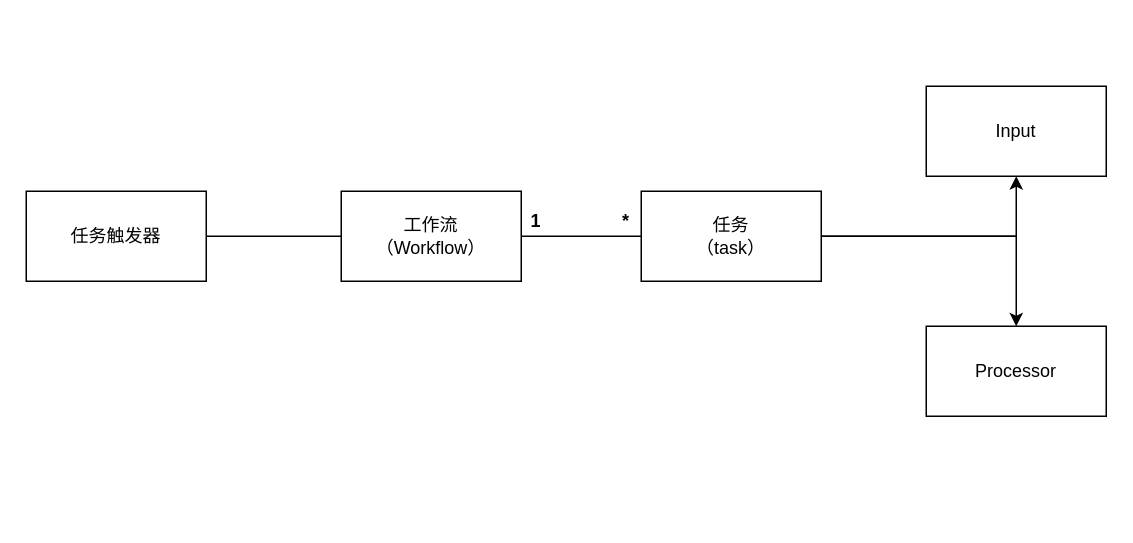
Earlier version of the draw.io diagram 未命名绘图.drawio (DotDotGeng/drawio_pic). Source tidied: cells renumbered, new cells numbered last; positions are measured from the earlier drawing's top-left corner, leaving out a move shared by most shapes. Both pictures are drawn from the tidied source at 150%, with x=0, y=0 at pixel (26, 86).
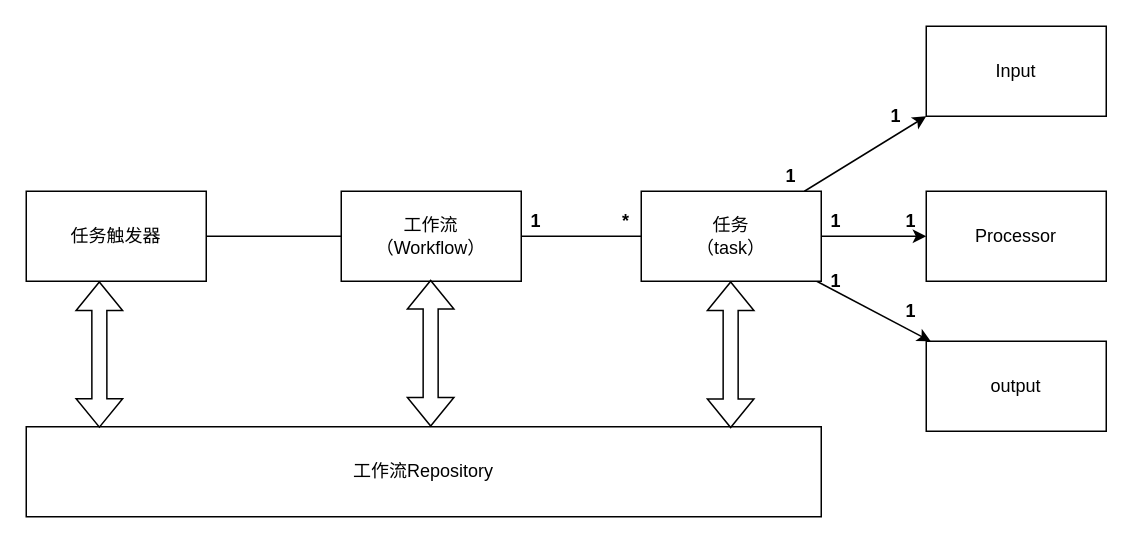
Above is the later version.

Commit message (it also covers changes not shown here):
更新未命名绘图.drawio

Unchanged cells that the change refers to:
```xml
<mxCell id="3" value="任务触发器" style="rounded=0;whiteSpace=wrap;html=1;" parent="1" vertex="1">
  <mxGeometry y="70" width="120" height="60" as="geometry" />
</mxCell>
<mxCell id="8" value="任务&lt;br&gt;（task）" style="whiteSpace=wrap;html=1;rounded=0;" parent="1" vertex="1">
  <mxGeometry x="410" y="70" width="120" height="60" as="geometry" />
</mxCell>
```

What changed in the source:
```diff
@@
-    <mxCell id="6" style="edgeStyle=orthogonalEdgeStyle;rounded=0;jettySize=auto;html=1;" parent="1" edge="1" source="8" target="11">
+    <mxCell id="6" style="rounded=0;jettySize=auto;html=1;entryX=0;entryY=1;entryDx=0;entryDy=0;" parent="1" edge="1" source="8" target="11">
       <mxGeometry relative="1" as="geometry" />
     </mxCell>
-    <mxCell id="7" style="edgeStyle=orthogonalEdgeStyle;rounded=0;jettySize=auto;html=1;" parent="1" edge="1" source="8" target="12">
+    <mxCell id="7" style="rounded=0;jettySize=auto;html=1;" parent="1" edge="1" source="8" target="12">
       <mxGeometry relative="1" as="geometry" />
     </mxCell>
+    <mxCell id="13" style="rounded=0;jettySize=auto;html=1;" parent="1" edge="1" source="8" target="14">
+      <mxGeometry relative="1" as="geometry" />
+    </mxCell>
@@
     <mxCell id="11" value="Input" style="whiteSpace=wrap;html=1;rounded=0;" parent="1" vertex="1">
-      <mxGeometry x="600" width="120" height="60" as="geometry" />
+      <mxGeometry x="600" y="-40" width="120" height="60" as="geometry" />
     </mxCell>
     <mxCell id="12" value="Processor" style="whiteSpace=wrap;html=1;rounded=0;" parent="1" vertex="1">
-      <mxGeometry x="600" y="160" width="120" height="60" as="geometry" />
+      <mxGeometry x="600" y="70" width="120" height="60" as="geometry" />
     </mxCell>
+    <mxCell id="14" value="output" style="whiteSpace=wrap;html=1;rounded=0;" parent="1" vertex="1">
+      <mxGeometry x="600" y="170" width="120" height="60" as="geometry" />
+    </mxCell>
+    <mxCell id="15" value="&lt;b&gt;1&lt;/b&gt;" style="text;html=1;strokeColor=none;fillColor=none;align=center;verticalAlign=middle;whiteSpace=wrap;rounded=0;" parent="1" vertex="1">
+      <mxGeometry x="500" y="50" width="20" height="20" as="geometry" />
+    </mxCell>
+    <mxCell id="16" value="&lt;b&gt;1&lt;/b&gt;" style="text;html=1;strokeColor=none;fillColor=none;align=center;verticalAlign=middle;whiteSpace=wrap;rounded=0;" parent="1" vertex="1">
+      <mxGeometry x="570" y="10" width="20" height="20" as="geometry" />
+    </mxCell>
+    <mxCell id="17" value="&lt;b&gt;1&lt;/b&gt;" style="text;html=1;strokeColor=none;fillColor=none;align=center;verticalAlign=middle;whiteSpace=wrap;rounded=0;" parent="1" vertex="1">
+      <mxGeometry x="530" y="80" width="20" height="20" as="geometry" />
+    </mxCell>
+    <mxCell id="18" value="&lt;b&gt;1&lt;/b&gt;" style="text;html=1;strokeColor=none;fillColor=none;align=center;verticalAlign=middle;whiteSpace=wrap;rounded=0;" parent="1" vertex="1">
+      <mxGeometry x="580" y="80" width="20" height="20" as="geometry" />
+    </mxCell>
+    <mxCell id="19" value="&lt;b&gt;1&lt;/b&gt;" style="text;html=1;strokeColor=none;fillColor=none;align=center;verticalAlign=middle;whiteSpace=wrap;rounded=0;" parent="1" vertex="1">
+      <mxGeometry x="530" y="120" width="20" height="20" as="geometry" />
+    </mxCell>
+    <mxCell id="20" value="&lt;b&gt;1&lt;/b&gt;" style="text;html=1;strokeColor=none;fillColor=none;align=center;verticalAlign=middle;whiteSpace=wrap;rounded=0;" parent="1" vertex="1">
+      <mxGeometry x="580" y="140" width="20" height="20" as="geometry" />
+    </mxCell>
+    <mxCell id="21" value="工作流Repository" style="rounded=0;whiteSpace=wrap;html=1;" parent="1" vertex="1">
+      <mxGeometry y="227" width="530" height="60" as="geometry" />
+    </mxCell>
+    <mxCell id="22" style="shape=flexArrow;endArrow=classic;startArrow=classic;html=1;rounded=0;entryX=0.406;entryY=1;entryDx=0;entryDy=0;entryPerimeter=0;exitX=0.092;exitY=0.013;exitDx=0;exitDy=0;exitPerimeter=0;" parent="1" edge="1" source="21" target="3">
+      <mxGeometry relative="1" as="geometry" />
+    </mxCell>
+    <mxCell id="23" style="shape=flexArrow;endArrow=classic;startArrow=classic;html=1;rounded=0;entryX=0.406;entryY=1;entryDx=0;entryDy=0;entryPerimeter=0;exitX=0.092;exitY=0.013;exitDx=0;exitDy=0;exitPerimeter=0;" parent="1" edge="1">
+      <mxGeometry relative="1" as="geometry">
+        <mxPoint x="269.6" y="227" as="sourcePoint" />
+        <mxPoint x="269.6" y="129" as="targetPoint" />
+      </mxGeometry>
+    </mxCell>
+    <mxCell id="24" style="shape=flexArrow;endArrow=classic;startArrow=classic;html=1;rounded=0;entryX=0.406;entryY=1;entryDx=0;entryDy=0;entryPerimeter=0;exitX=0.092;exitY=0.013;exitDx=0;exitDy=0;exitPerimeter=0;" parent="1" edge="1">
+      <mxGeometry relative="1" as="geometry">
+        <mxPoint x="469.6" y="228" as="sourcePoint" />
+        <mxPoint x="469.6" y="130" as="targetPoint" />
+      </mxGeometry>
+    </mxCell>
```
